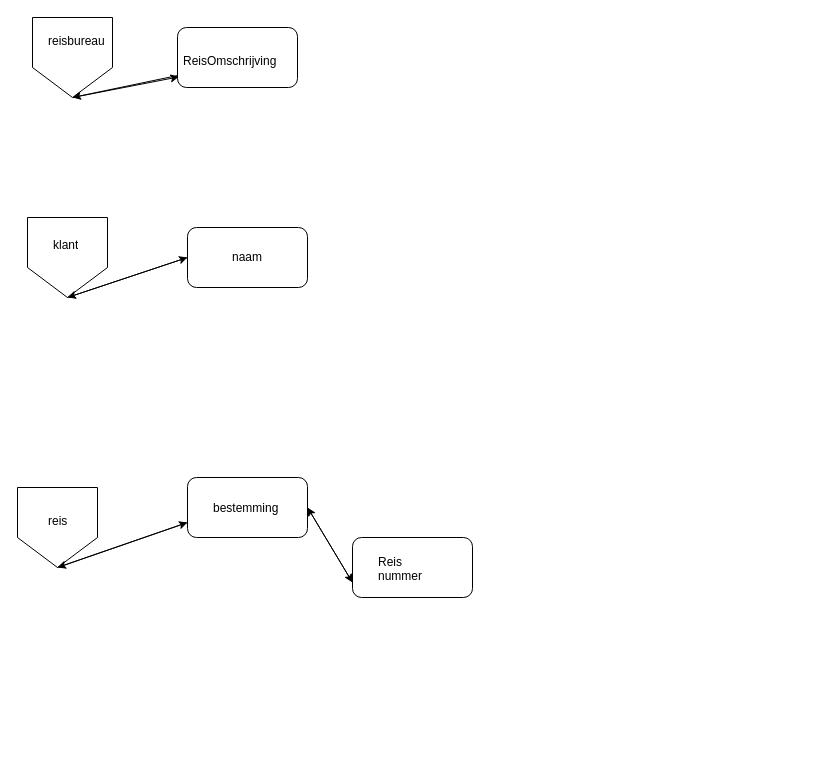
This is draw.drawio from Delanoth/DB_REIS, a draw.io file, before an edit. Source tidied: cells renumbered, new cells numbered last; positions are measured from the earlier drawing's top-left corner, leaving out a move shared by most shapes. Both pictures are drawn from the tidied source at 100%, with x=0, y=0 at pixel (17, 17).
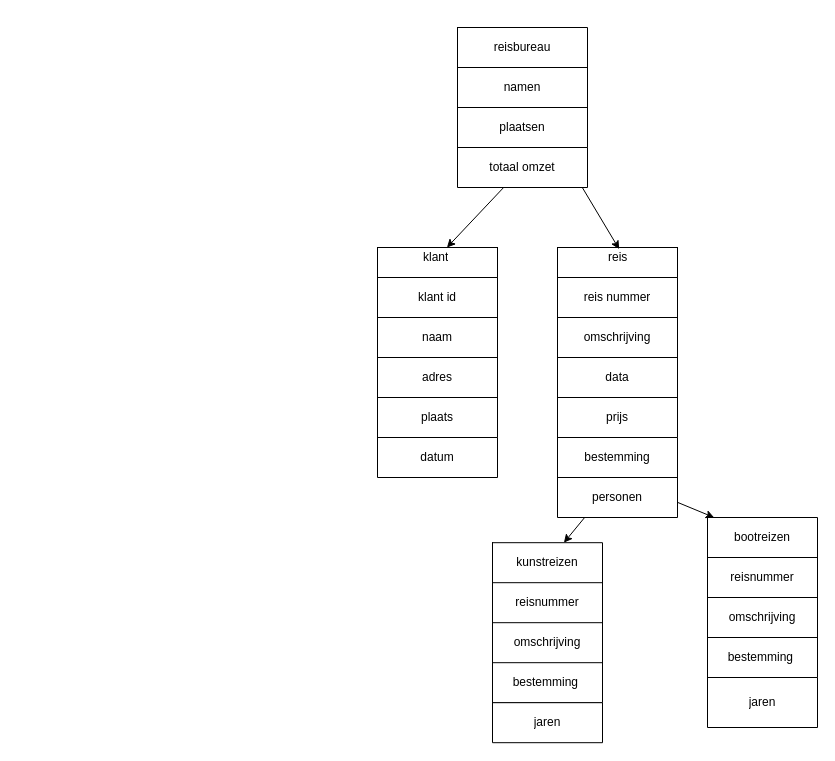
The same diagram, later.

Diff of the diagram source:
```diff
@@
-    <mxCell id="2" style="edgeStyle=none;html=1;exitX=0.5;exitY=1;exitDx=0;exitDy=0;entryX=0.013;entryY=0.889;entryDx=0;entryDy=0;entryPerimeter=0;" parent="1" edge="1" source="3" target="19">
-      <mxGeometry relative="1" as="geometry" />
-    </mxCell>
-    <mxCell id="3" style="shape=offPageConnector;whiteSpace=wrap;html=1;" parent="1" vertex="1">
-      <mxGeometry x="15" width="80" height="80" as="geometry" />
-    </mxCell>
-    <mxCell id="4" style="edgeStyle=none;html=1;exitX=0.5;exitY=1;exitDx=0;exitDy=0;" parent="1" edge="1" source="5">
-      <mxGeometry relative="1" as="geometry">
-        <mxPoint x="170" y="240" as="targetPoint" />
-      </mxGeometry>
-    </mxCell>
-    <mxCell id="5" style="shape=offPageConnector;whiteSpace=wrap;html=1;" parent="1" vertex="1">
-      <mxGeometry x="10" y="200" width="80" height="80" as="geometry" />
-    </mxCell>
-    <mxCell id="6" style="edgeStyle=none;html=1;exitX=0.5;exitY=1;exitDx=0;exitDy=0;entryX=0;entryY=0.75;entryDx=0;entryDy=0;" parent="1" edge="1" source="7" target="15">
-      <mxGeometry relative="1" as="geometry" />
-    </mxCell>
-    <mxCell id="7" style="shape=offPageConnector;whiteSpace=wrap;html=1;" parent="1" vertex="1">
-      <mxGeometry y="470" width="80" height="80" as="geometry" />
-    </mxCell>
-    <mxCell id="8" value="reisbureau" style="text;strokeColor=none;fillColor=none;align=left;verticalAlign=top;spacingLeft=4;spacingRight=4;overflow=hidden;whiteSpace=wrap;html=1;" parent="1" vertex="1">
-      <mxGeometry x="25" y="10" width="70" height="26" as="geometry" />
-    </mxCell>
+    <mxCell id="23" style="rounded=0;whiteSpace=wrap;html=1;" parent="1" vertex="1">
+      <mxGeometry x="540" y="230" width="120" height="30" as="geometry" />
+    </mxCell>
+    <mxCell id="24" style="rounded=0;whiteSpace=wrap;html=1;" parent="1" vertex="1">
+      <mxGeometry x="360" y="230" width="120" height="30" as="geometry" />
+    </mxCell>
-    <mxCell id="9" value="klant" style="text;strokeColor=none;fillColor=none;align=left;verticalAlign=top;spacingLeft=4;spacingRight=4;overflow=hidden;points=[[0,0.5],[1,0.5]];portConstraint=eastwest;whiteSpace=wrap;html=1;" parent="1" vertex="1">
-      <mxGeometry x="30" y="214" width="60" height="26" as="geometry" />
+    <mxCell id="9" value="klant" style="text;strokeColor=none;fillColor=none;align=left;verticalAlign=middle;spacingLeft=4;spacingRight=4;overflow=hidden;points=[[0,0.5],[1,0.5]];portConstraint=eastwest;whiteSpace=wrap;html=1;" parent="1" vertex="1">
+      <mxGeometry x="400" y="230" width="40" height="20" as="geometry" />
     </mxCell>
-    <mxCell id="10" value="reis" style="text;strokeColor=none;fillColor=none;align=left;verticalAlign=top;spacingLeft=4;spacingRight=4;overflow=hidden;points=[[0,0.5],[1,0.5]];portConstraint=eastwest;whiteSpace=wrap;html=1;" parent="1" vertex="1">
-      <mxGeometry x="25" y="490" width="60" height="26" as="geometry" />
+    <mxCell id="10" value="reis&lt;br&gt;" style="text;strokeColor=none;fillColor=none;align=left;verticalAlign=middle;spacingLeft=4;spacingRight=4;overflow=hidden;points=[[0,0.5],[1,0.5]];portConstraint=eastwest;whiteSpace=wrap;html=1;" parent="1" vertex="1">
+      <mxGeometry x="585" y="230" width="30" height="20" as="geometry" />
     </mxCell>
-    <mxCell id="11" style="edgeStyle=none;html=1;exitX=0;exitY=0.5;exitDx=0;exitDy=0;entryX=0.5;entryY=1;entryDx=0;entryDy=0;" parent="1" edge="1" source="12" target="5">
-      <mxGeometry relative="1" as="geometry" />
-    </mxCell>
+    <mxCell id="25" style="shape=table;startSize=0;childLayout=tableLayout;" parent="1" vertex="1">
+      <mxGeometry x="360" y="260" width="120" height="160" as="geometry" />
+    </mxCell>
+    <mxCell id="26" style="shape=tableRow;horizontal=0;startSize=0;swimlaneHead=0;swimlaneBody=0;top=0;left=0;bottom=0;right=0;fillColor=none;" parent="25" vertex="1">
+      <mxGeometry width="120" height="40" as="geometry" />
+    </mxCell>
+    <mxCell id="27" value="klant id" style="shape=partialRectangle;html=1;whiteSpace=wrap;overflow=hidden;fillColor=none;top=0;left=0;bottom=0;right=0;" parent="26" vertex="1">
+      <mxGeometry width="120" height="40" as="geometry" />
+    </mxCell>
+    <mxCell id="28" style="shape=tableRow;horizontal=0;startSize=0;swimlaneHead=0;swimlaneBody=0;top=0;left=0;bottom=0;right=0;fillColor=none;" parent="25" vertex="1">
+      <mxGeometry y="40" width="120" height="40" as="geometry" />
+    </mxCell>
-    <mxCell id="12" value="naam" style="rounded=1;whiteSpace=wrap;html=1;" parent="1" vertex="1">
-      <mxGeometry x="170" y="210" width="120" height="60" as="geometry" />
+    <mxCell id="12" value="naam" style="shape=partialRectangle;html=1;whiteSpace=wrap;overflow=hidden;fillColor=none;top=0;left=0;bottom=0;right=0;" parent="28" vertex="1">
+      <mxGeometry width="120" height="40" as="geometry" />
     </mxCell>
-    <mxCell id="13" style="edgeStyle=none;html=1;exitX=0;exitY=0.75;exitDx=0;exitDy=0;entryX=0.5;entryY=1;entryDx=0;entryDy=0;" parent="1" edge="1" source="15" target="7">
-      <mxGeometry relative="1" as="geometry" />
-    </mxCell>
-    <mxCell id="14" style="edgeStyle=none;html=1;exitX=1;exitY=0.5;exitDx=0;exitDy=0;entryX=0;entryY=0.75;entryDx=0;entryDy=0;" parent="1" edge="1" source="15" target="21">
-      <mxGeometry relative="1" as="geometry" />
-    </mxCell>
-    <mxCell id="15" style="rounded=1;whiteSpace=wrap;html=1;" parent="1" vertex="1">
-      <mxGeometry x="170" y="460" width="120" height="60" as="geometry" />
-    </mxCell>
-    <mxCell id="16" value="bestemming" style="text;strokeColor=none;fillColor=none;align=left;verticalAlign=top;spacingLeft=4;spacingRight=4;overflow=hidden;whiteSpace=wrap;html=1;" parent="1" vertex="1">
-      <mxGeometry x="190" y="477" width="80" height="26" as="geometry" />
-    </mxCell>
-    <mxCell id="17" style="rounded=1;whiteSpace=wrap;html=1;" parent="1" vertex="1">
-      <mxGeometry x="160" y="10" width="120" height="60" as="geometry" />
-    </mxCell>
-    <mxCell id="18" style="edgeStyle=none;html=1;entryX=0.5;entryY=1;entryDx=0;entryDy=0;" parent="1" edge="1" source="19" target="3">
-      <mxGeometry relative="1" as="geometry" />
-    </mxCell>
-    <mxCell id="19" value="ReisOmschrijving" style="text;strokeColor=none;fillColor=none;align=left;verticalAlign=top;spacingLeft=4;spacingRight=4;overflow=hidden;points=[[0,0.5],[1,0.5]];portConstraint=eastwest;whiteSpace=wrap;html=1;" parent="1" vertex="1">
-      <mxGeometry x="160" y="30" width="110" height="33" as="geometry" />
-    </mxCell>
-    <mxCell id="20" style="edgeStyle=none;html=1;exitX=0;exitY=0.75;exitDx=0;exitDy=0;entryX=1;entryY=0.5;entryDx=0;entryDy=0;" parent="1" edge="1" source="21" target="15">
-      <mxGeometry relative="1" as="geometry" />
-    </mxCell>
-    <mxCell id="21" style="rounded=1;whiteSpace=wrap;html=1;" parent="1" vertex="1">
-      <mxGeometry x="335" y="520" width="120" height="60" as="geometry" />
-    </mxCell>
-    <mxCell id="22" value="Reis nummer" style="text;strokeColor=none;fillColor=none;align=left;verticalAlign=middle;spacingLeft=4;spacingRight=4;overflow=hidden;whiteSpace=wrap;html=1;" parent="1" vertex="1">
-      <mxGeometry x="355" y="535" width="80" height="30" as="geometry" />
-    </mxCell>
+    <mxCell id="29" style="shape=tableRow;horizontal=0;startSize=0;swimlaneHead=0;swimlaneBody=0;top=0;left=0;bottom=0;right=0;fillColor=none;" parent="25" vertex="1">
+      <mxGeometry y="80" width="120" height="40" as="geometry" />
+    </mxCell>
+    <mxCell id="30" value="adres" style="shape=partialRectangle;html=1;whiteSpace=wrap;overflow=hidden;fillColor=none;top=0;left=0;bottom=0;right=0;" parent="29" vertex="1">
+      <mxGeometry width="120" height="40" as="geometry" />
+    </mxCell>
+    <mxCell id="31" style="shape=tableRow;horizontal=0;startSize=0;swimlaneHead=0;swimlaneBody=0;top=0;left=0;bottom=0;right=0;fillColor=none;" parent="25" vertex="1">
+      <mxGeometry y="120" width="120" height="40" as="geometry" />
+    </mxCell>
+    <mxCell id="32" value="plaats" style="shape=partialRectangle;html=1;whiteSpace=wrap;overflow=hidden;fillColor=none;top=0;left=0;bottom=0;right=0;" parent="31" vertex="1">
+      <mxGeometry width="120" height="40" as="geometry" />
+    </mxCell>
+    <mxCell id="33" style="shape=table;startSize=0;childLayout=tableLayout;" parent="1" vertex="1">
+      <mxGeometry x="540" y="260" width="120" height="160" as="geometry" />
+    </mxCell>
+    <mxCell id="34" style="shape=tableRow;horizontal=0;startSize=0;swimlaneHead=0;swimlaneBody=0;top=0;left=0;bottom=0;right=0;fillColor=none;" parent="33" vertex="1">
+      <mxGeometry width="120" height="40" as="geometry" />
+    </mxCell>
+    <mxCell id="35" value="reis nummer" style="shape=partialRectangle;html=1;whiteSpace=wrap;overflow=hidden;fillColor=none;top=0;left=0;bottom=0;right=0;" parent="34" vertex="1">
+      <mxGeometry width="120" height="40" as="geometry" />
+    </mxCell>
+    <mxCell id="36" style="shape=tableRow;horizontal=0;startSize=0;swimlaneHead=0;swimlaneBody=0;top=0;left=0;bottom=0;right=0;fillColor=none;" parent="33" vertex="1">
+      <mxGeometry y="40" width="120" height="40" as="geometry" />
+    </mxCell>
+    <mxCell id="37" value="omschrijving" style="shape=partialRectangle;html=1;whiteSpace=wrap;overflow=hidden;fillColor=none;top=0;left=0;bottom=0;right=0;" parent="36" vertex="1">
+      <mxGeometry width="120" height="40" as="geometry" />
+    </mxCell>
+    <mxCell id="38" style="shape=tableRow;horizontal=0;startSize=0;swimlaneHead=0;swimlaneBody=0;top=0;left=0;bottom=0;right=0;fillColor=none;" parent="33" vertex="1">
+      <mxGeometry y="80" width="120" height="40" as="geometry" />
+    </mxCell>
+    <mxCell id="39" value="data" style="shape=partialRectangle;html=1;whiteSpace=wrap;overflow=hidden;fillColor=none;top=0;left=0;bottom=0;right=0;" parent="38" vertex="1">
+      <mxGeometry width="120" height="40" as="geometry" />
+    </mxCell>
+    <mxCell id="40" style="shape=tableRow;horizontal=0;startSize=0;swimlaneHead=0;swimlaneBody=0;top=0;left=0;bottom=0;right=0;fillColor=none;" parent="33" vertex="1">
+      <mxGeometry y="120" width="120" height="40" as="geometry" />
+    </mxCell>
+    <mxCell id="41" value="prijs" style="shape=partialRectangle;html=1;whiteSpace=wrap;overflow=hidden;fillColor=none;top=0;left=0;bottom=0;right=0;" parent="40" vertex="1">
+      <mxGeometry width="120" height="40" as="geometry" />
+    </mxCell>
+    <mxCell id="42" style="edgeStyle=none;html=1;" parent="1" edge="1" source="44" target="53">
+      <mxGeometry relative="1" as="geometry" />
+    </mxCell>
+    <mxCell id="43" style="edgeStyle=none;html=1;" parent="1" edge="1" source="44" target="65">
+      <mxGeometry relative="1" as="geometry" />
+    </mxCell>
+    <mxCell id="44" style="shape=table;startSize=0;childLayout=tableLayout;" parent="1" vertex="1">
+      <mxGeometry x="540" y="420" width="120" height="80" as="geometry" />
+    </mxCell>
+    <mxCell id="45" style="shape=tableRow;horizontal=0;startSize=0;swimlaneHead=0;swimlaneBody=0;top=0;left=0;bottom=0;right=0;fillColor=none;" parent="44" vertex="1">
+      <mxGeometry width="120" height="40" as="geometry" />
+    </mxCell>
+    <mxCell id="46" value="bestemming" style="shape=partialRectangle;html=1;whiteSpace=wrap;overflow=hidden;fillColor=none;top=0;left=0;bottom=0;right=0;" parent="45" vertex="1">
+      <mxGeometry width="120" height="40" as="geometry" />
+    </mxCell>
+    <mxCell id="47" style="shape=tableRow;horizontal=0;startSize=0;swimlaneHead=0;swimlaneBody=0;top=0;left=0;bottom=0;right=0;fillColor=none;" parent="44" vertex="1">
+      <mxGeometry y="40" width="120" height="40" as="geometry" />
+    </mxCell>
+    <mxCell id="48" value="personen" style="shape=partialRectangle;html=1;whiteSpace=wrap;overflow=hidden;fillColor=none;top=0;left=0;bottom=0;right=0;" parent="47" vertex="1">
+      <mxGeometry width="120" height="40" as="geometry" />
+    </mxCell>
+    <mxCell id="49" style="shape=table;startSize=0;childLayout=tableLayout;" parent="1" vertex="1">
+      <mxGeometry x="360" y="420" width="120" height="40" as="geometry" />
+    </mxCell>
+    <mxCell id="50" style="shape=tableRow;horizontal=0;startSize=0;swimlaneHead=0;swimlaneBody=0;top=0;left=0;bottom=0;right=0;fillColor=none;" parent="49" vertex="1">
+      <mxGeometry width="120" height="40" as="geometry" />
+    </mxCell>
+    <mxCell id="51" value="datum" style="shape=partialRectangle;html=1;whiteSpace=wrap;overflow=hidden;fillColor=none;top=0;left=0;bottom=0;right=0;" parent="50" vertex="1">
+      <mxGeometry width="120" height="40" as="geometry" />
+    </mxCell>
+    <mxCell id="52" style="shape=table;startSize=0;childLayout=tableLayout;" parent="1" vertex="1">
+      <mxGeometry x="690" y="500" width="110" height="160" as="geometry" />
+    </mxCell>
+    <mxCell id="53" style="shape=tableRow;horizontal=0;startSize=0;swimlaneHead=0;swimlaneBody=0;top=0;left=0;bottom=0;right=0;fillColor=none;points=[[0,0.5],[1,0.5]];portConstraint=eastwest;" parent="52" vertex="1">
+      <mxGeometry width="110" height="40" as="geometry" />
+    </mxCell>
+    <mxCell id="54" value="bootreizen" style="shape=partialRectangle;html=1;whiteSpace=wrap;overflow=hidden;fillColor=none;top=0;left=0;bottom=0;right=0;" parent="53" vertex="1">
+      <mxGeometry width="110" height="40" as="geometry" />
+    </mxCell>
+    <mxCell id="55" style="shape=tableRow;horizontal=0;startSize=0;swimlaneHead=0;swimlaneBody=0;top=0;left=0;bottom=0;right=0;fillColor=none;" parent="52" vertex="1">
+      <mxGeometry y="40" width="110" height="40" as="geometry" />
+    </mxCell>
+    <mxCell id="56" value="reisnummer" style="shape=partialRectangle;html=1;whiteSpace=wrap;overflow=hidden;fillColor=none;top=0;left=0;bottom=0;right=0;" parent="55" vertex="1">
+      <mxGeometry width="110" height="40" as="geometry" />
+    </mxCell>
+    <mxCell id="57" style="shape=tableRow;horizontal=0;startSize=0;swimlaneHead=0;swimlaneBody=0;top=0;left=0;bottom=0;right=0;fillColor=none;" parent="52" vertex="1">
+      <mxGeometry y="80" width="110" height="40" as="geometry" />
+    </mxCell>
+    <mxCell id="58" value="omschrijving" style="shape=partialRectangle;html=1;whiteSpace=wrap;overflow=hidden;fillColor=none;top=0;left=0;bottom=0;right=0;" parent="57" vertex="1">
+      <mxGeometry width="110" height="40" as="geometry" />
+    </mxCell>
+    <mxCell id="59" style="shape=tableRow;horizontal=0;startSize=0;swimlaneHead=0;swimlaneBody=0;top=0;left=0;bottom=0;right=0;fillColor=none;" parent="52" vertex="1">
+      <mxGeometry y="120" width="110" height="40" as="geometry" />
+    </mxCell>
+    <mxCell id="60" value="bestemming&amp;nbsp;" style="shape=partialRectangle;html=1;whiteSpace=wrap;overflow=hidden;fillColor=none;top=0;left=0;bottom=0;right=0;" parent="59" vertex="1">
+      <mxGeometry width="110" height="40" as="geometry" />
+    </mxCell>
+    <mxCell id="61" style="shape=table;startSize=0;childLayout=tableLayout;" parent="1" vertex="1">
+      <mxGeometry x="690" y="660" width="110" height="50" as="geometry" />
+    </mxCell>
+    <mxCell id="62" style="shape=tableRow;horizontal=0;startSize=0;swimlaneHead=0;swimlaneBody=0;top=0;left=0;bottom=0;right=0;fillColor=none;" parent="61" vertex="1">
+      <mxGeometry width="110" height="50" as="geometry" />
+    </mxCell>
+    <mxCell id="63" value="jaren" style="shape=partialRectangle;html=1;whiteSpace=wrap;overflow=hidden;fillColor=none;top=0;left=0;bottom=0;right=0;" parent="62" vertex="1">
+      <mxGeometry width="110" height="50" as="geometry" />
+    </mxCell>
+    <mxCell id="64" style="shape=table;startSize=0;childLayout=tableLayout;" parent="1" vertex="1">
+      <mxGeometry x="475" y="525.2" width="110" height="160" as="geometry" />
+    </mxCell>
+    <mxCell id="65" style="shape=tableRow;horizontal=0;startSize=0;swimlaneHead=0;swimlaneBody=0;top=0;left=0;bottom=0;right=0;fillColor=none;points=[[0,0.5],[1,0.5]];portConstraint=eastwest;" parent="64" vertex="1">
+      <mxGeometry width="110" height="40" as="geometry" />
+    </mxCell>
+    <mxCell id="66" value="kunstreizen" style="shape=partialRectangle;html=1;whiteSpace=wrap;overflow=hidden;fillColor=none;top=0;left=0;bottom=0;right=0;" parent="65" vertex="1">
+      <mxGeometry width="110" height="40" as="geometry" />
+    </mxCell>
+    <mxCell id="67" style="shape=tableRow;horizontal=0;startSize=0;swimlaneHead=0;swimlaneBody=0;top=0;left=0;bottom=0;right=0;fillColor=none;" parent="64" vertex="1">
+      <mxGeometry y="40" width="110" height="40" as="geometry" />
+    </mxCell>
+    <mxCell id="68" value="reisnummer" style="shape=partialRectangle;html=1;whiteSpace=wrap;overflow=hidden;fillColor=none;top=0;left=0;bottom=0;right=0;" parent="67" vertex="1">
+      <mxGeometry width="110" height="40" as="geometry" />
+    </mxCell>
+    <mxCell id="69" style="shape=tableRow;horizontal=0;startSize=0;swimlaneHead=0;swimlaneBody=0;top=0;left=0;bottom=0;right=0;fillColor=none;" parent="64" vertex="1">
+      <mxGeometry y="80" width="110" height="40" as="geometry" />
+    </mxCell>
+    <mxCell id="70" value="omschrijving" style="shape=partialRectangle;html=1;whiteSpace=wrap;overflow=hidden;fillColor=none;top=0;left=0;bottom=0;right=0;" parent="69" vertex="1">
+      <mxGeometry width="110" height="40" as="geometry" />
+    </mxCell>
+    <mxCell id="71" style="shape=tableRow;horizontal=0;startSize=0;swimlaneHead=0;swimlaneBody=0;top=0;left=0;bottom=0;right=0;fillColor=none;" parent="64" vertex="1">
+      <mxGeometry y="120" width="110" height="40" as="geometry" />
+    </mxCell>
+    <mxCell id="72" value="bestemming&amp;nbsp;" style="shape=partialRectangle;html=1;whiteSpace=wrap;overflow=hidden;fillColor=none;top=0;left=0;bottom=0;right=0;" parent="71" vertex="1">
+      <mxGeometry width="110" height="40" as="geometry" />
+    </mxCell>
+    <mxCell id="73" style="shape=table;startSize=0;childLayout=tableLayout;" parent="1" vertex="1">
+      <mxGeometry x="475" y="685.2" width="110" height="40" as="geometry" />
+    </mxCell>
+    <mxCell id="74" style="shape=tableRow;horizontal=0;startSize=0;swimlaneHead=0;swimlaneBody=0;top=0;left=0;bottom=0;right=0;fillColor=none;" parent="73" vertex="1">
+      <mxGeometry width="110" height="40" as="geometry" />
+    </mxCell>
+    <mxCell id="75" value="jaren" style="shape=partialRectangle;html=1;whiteSpace=wrap;overflow=hidden;fillColor=none;top=0;left=0;bottom=0;right=0;" parent="74" vertex="1">
+      <mxGeometry width="110" height="40" as="geometry" />
+    </mxCell>
+    <mxCell id="76" style="edgeStyle=none;html=1;startArrow=none;" parent="1" edge="1" source="85" target="9">
+      <mxGeometry relative="1" as="geometry" />
+    </mxCell>
+    <mxCell id="77" style="edgeStyle=none;html=1;entryX=0.556;entryY=0.083;entryDx=0;entryDy=0;entryPerimeter=0;" parent="1" edge="1" source="78" target="10">
+      <mxGeometry relative="1" as="geometry" />
+    </mxCell>
+    <mxCell id="78" style="shape=table;startSize=0;childLayout=tableLayout;" parent="1" vertex="1">
+      <mxGeometry x="440" y="10" width="130" height="120" as="geometry" />
+    </mxCell>
+    <mxCell id="79" style="shape=tableRow;horizontal=0;startSize=0;swimlaneHead=0;swimlaneBody=0;top=0;left=0;bottom=0;right=0;fillColor=none;" parent="78" vertex="1">
+      <mxGeometry width="130" height="40" as="geometry" />
+    </mxCell>
+    <mxCell id="8" value="reisbureau" style="shape=partialRectangle;html=1;whiteSpace=wrap;overflow=hidden;fillColor=none;top=0;left=0;bottom=0;right=0;" parent="79" vertex="1">
+      <mxGeometry width="130" height="40" as="geometry" />
+    </mxCell>
+    <mxCell id="80" style="shape=tableRow;horizontal=0;startSize=0;swimlaneHead=0;swimlaneBody=0;top=0;left=0;bottom=0;right=0;fillColor=none;" parent="78" vertex="1">
+      <mxGeometry y="40" width="130" height="40" as="geometry" />
+    </mxCell>
+    <mxCell id="81" value="namen" style="shape=partialRectangle;html=1;whiteSpace=wrap;overflow=hidden;fillColor=none;top=0;left=0;bottom=0;right=0;" parent="80" vertex="1">
+      <mxGeometry width="130" height="40" as="geometry" />
+    </mxCell>
+    <mxCell id="82" style="shape=tableRow;horizontal=0;startSize=0;swimlaneHead=0;swimlaneBody=0;top=0;left=0;bottom=0;right=0;fillColor=none;" parent="78" vertex="1">
+      <mxGeometry y="80" width="130" height="40" as="geometry" />
+    </mxCell>
+    <mxCell id="83" value="plaatsen" style="shape=partialRectangle;html=1;whiteSpace=wrap;overflow=hidden;fillColor=none;top=0;left=0;bottom=0;right=0;" parent="82" vertex="1">
+      <mxGeometry width="130" height="40" as="geometry" />
+    </mxCell>
+    <mxCell id="84" style="edgeStyle=none;html=1;endArrow=none;" parent="1" edge="1" source="78" target="85">
+      <mxGeometry relative="1" as="geometry" />
+    </mxCell>
+    <mxCell id="85" style="shape=table;startSize=0;childLayout=tableLayout;" parent="1" vertex="1">
+      <mxGeometry x="440" y="130" width="130" height="40" as="geometry" />
+    </mxCell>
+    <mxCell id="86" style="shape=tableRow;horizontal=0;startSize=0;swimlaneHead=0;swimlaneBody=0;top=0;left=0;bottom=0;right=0;fillColor=none;" parent="85" vertex="1">
+      <mxGeometry width="130" height="40" as="geometry" />
+    </mxCell>
+    <mxCell id="87" value="totaal omzet" style="shape=partialRectangle;html=1;whiteSpace=wrap;overflow=hidden;fillColor=none;top=0;left=0;bottom=0;right=0;" parent="86" vertex="1">
+      <mxGeometry width="130" height="40" as="geometry" />
+    </mxCell>
```
